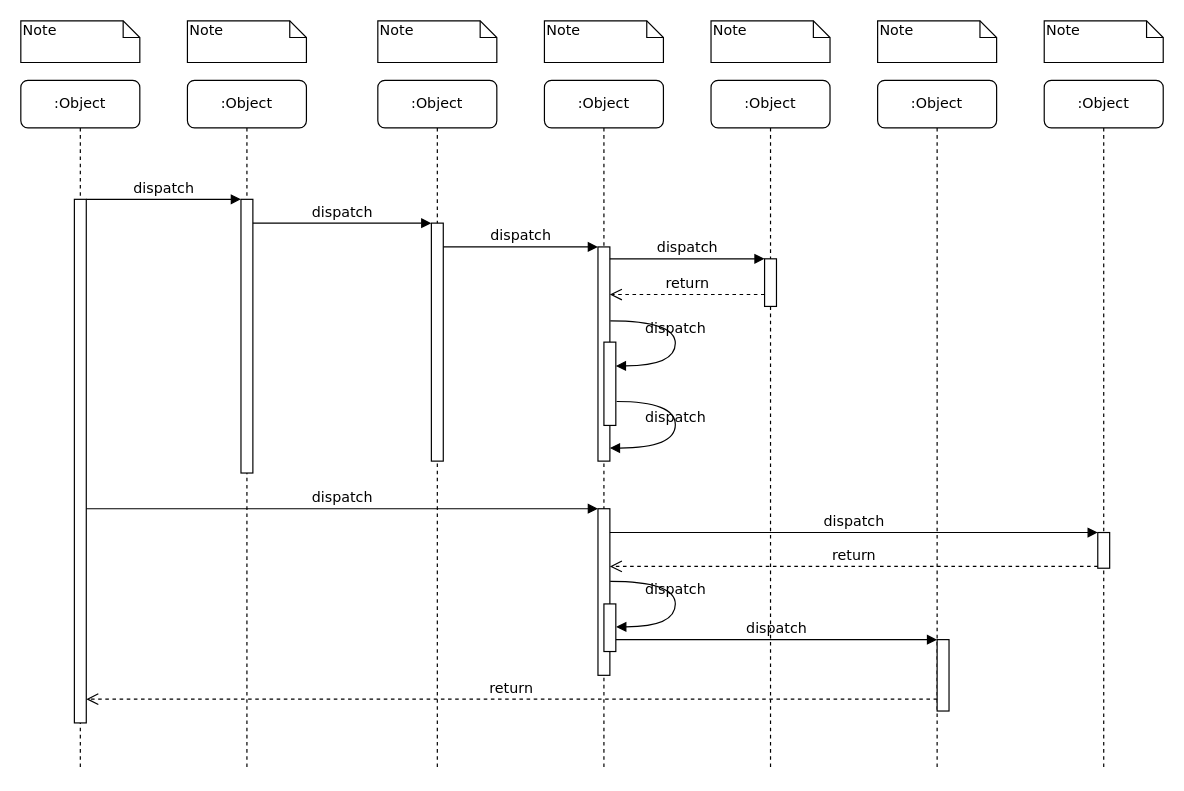
Above: 条码uml.drawio in linzlx/java (draw.io), before the change. Source tidied: cells renumbered, new cells numbered last; positions are measured from the earlier drawing's top-left corner, leaving out a move shared by most shapes. Both pictures are drawn from the tidied source at 119%, with x=0, y=0 at pixel (20, 20).
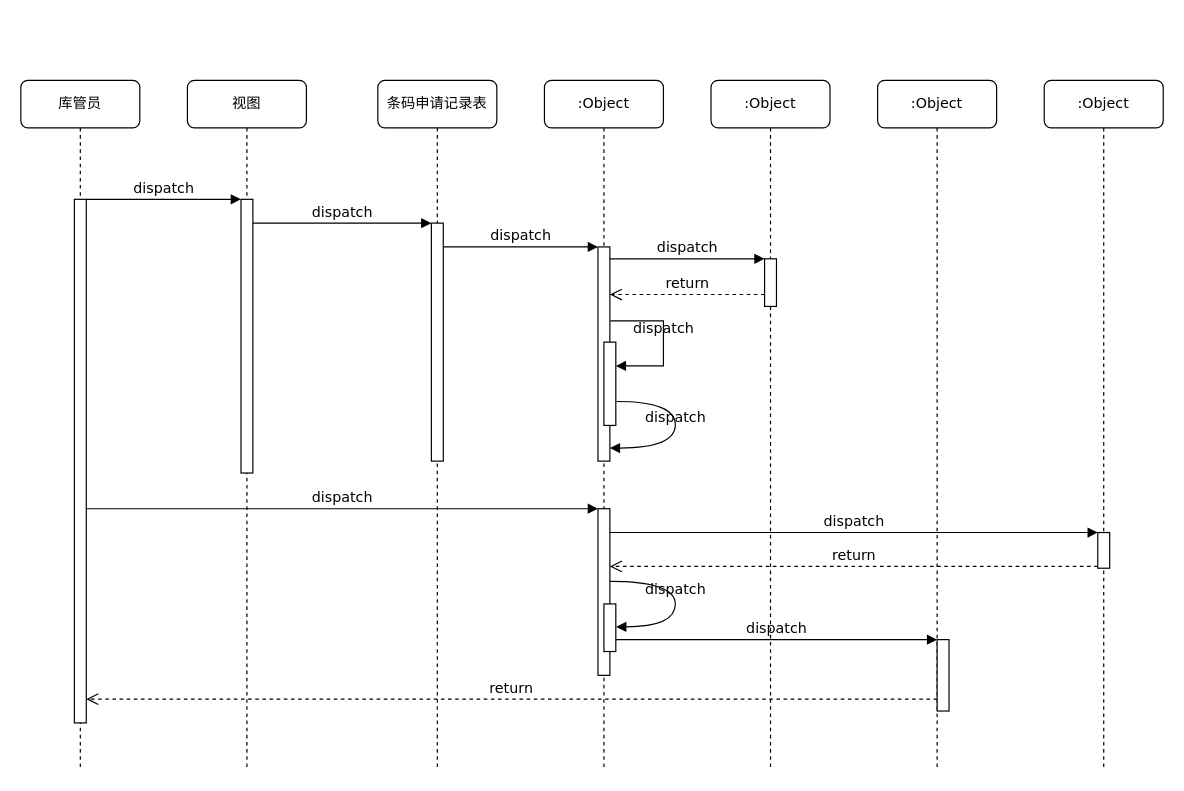
The same page after the edit.

Unchanged cells that the change refers to:
```xml
<mxCell id="12" style="html=1;points=[];perimeter=orthogonalPerimeter;rounded=0;shadow=0;comic=0;labelBackgroundColor=none;strokeWidth=1;fontFamily=Verdana;fontSize=12;align=center;" parent="1" vertex="1">
  <mxGeometry x="485" y="190" width="10" height="180" as="geometry" />
</mxCell>
<mxCell id="27" style="html=1;points=[];perimeter=orthogonalPerimeter;rounded=0;shadow=0;comic=0;labelBackgroundColor=none;strokeWidth=1;fontFamily=Verdana;fontSize=12;align=center;" parent="1" vertex="1">
  <mxGeometry x="490" y="270" width="10" height="70" as="geometry" />
</mxCell>
```

What changed in the source:
```diff
@@
-    <mxCell id="2" value=":Object" style="shape=umlLifeline;perimeter=lifelinePerimeter;whiteSpace=wrap;html=1;rounded=1;shadow=0;comic=0;labelBackgroundColor=none;strokeWidth=1;fontFamily=Verdana;fontSize=12;align=center;" parent="1" vertex="1">
+    <mxCell id="2" value="视图" style="shape=umlLifeline;perimeter=lifelinePerimeter;whiteSpace=wrap;html=1;rounded=1;shadow=0;comic=0;labelBackgroundColor=none;strokeWidth=1;fontFamily=Verdana;fontSize=12;align=center;" parent="1" vertex="1">
       <mxGeometry x="140" y="50" width="100" height="580" as="geometry" />
     </mxCell>
@@
-    <mxCell id="4" value=":Object" style="shape=umlLifeline;perimeter=lifelinePerimeter;whiteSpace=wrap;html=1;rounded=1;shadow=0;comic=0;labelBackgroundColor=none;strokeWidth=1;fontFamily=Verdana;fontSize=12;align=center;" parent="1" vertex="1">
+    <mxCell id="4" value="条码申请记录表" style="shape=umlLifeline;perimeter=lifelinePerimeter;whiteSpace=wrap;html=1;rounded=1;shadow=0;comic=0;labelBackgroundColor=none;strokeWidth=1;fontFamily=Verdana;fontSize=12;align=center;" parent="1" vertex="1">
       <mxGeometry x="300" y="50" width="100" height="580" as="geometry" />
     </mxCell>
@@
-    <mxCell id="10" value=":Object" style="shape=umlLifeline;perimeter=lifelinePerimeter;whiteSpace=wrap;html=1;rounded=1;shadow=0;comic=0;labelBackgroundColor=none;strokeWidth=1;fontFamily=Verdana;fontSize=12;align=center;" parent="1" vertex="1">
+    <mxCell id="10" value="库管员" style="shape=umlLifeline;perimeter=lifelinePerimeter;whiteSpace=wrap;html=1;rounded=1;shadow=0;comic=0;labelBackgroundColor=none;strokeWidth=1;fontFamily=Verdana;fontSize=12;align=center;" parent="1" vertex="1">
       <mxGeometry y="50" width="100" height="580" as="geometry" />
     </mxCell>
@@
-    <mxCell id="28" value="dispatch" style="html=1;verticalAlign=bottom;endArrow=block;labelBackgroundColor=none;fontFamily=Verdana;fontSize=12;elbow=vertical;edgeStyle=orthogonalEdgeStyle;curved=1;entryX=1;entryY=0.286;entryPerimeter=0;exitX=1.038;exitY=0.345;exitPerimeter=0;" parent="1" edge="1" source="12" target="27">
+    <mxCell id="28" value="dispatch" style="html=1;verticalAlign=bottom;endArrow=block;labelBackgroundColor=none;fontFamily=Verdana;fontSize=12;elbow=vertical;edgeStyle=orthogonalEdgeStyle;entryX=1;entryY=0.286;entryPerimeter=0;exitX=1.038;exitY=0.345;exitPerimeter=0;rounded=0;" parent="1" edge="1" source="12" target="27">
       <mxGeometry relative="1" as="geometry">
         <Array as="points">
-          <mxPoint x="550" y="252" />
-          <mxPoint x="550" y="290" />
+          <mxPoint x="540" y="252" />
+          <mxPoint x="540" y="290" />
         </Array>
       </mxGeometry>
     </mxCell>
@@
-    <mxCell id="32" value="Note" style="shape=note;whiteSpace=wrap;html=1;size=14;verticalAlign=top;align=left;spacingTop=-6;rounded=0;shadow=0;comic=0;labelBackgroundColor=none;strokeWidth=1;fontFamily=Verdana;fontSize=12;" parent="1" vertex="1">
-      <mxGeometry width="100" height="35" as="geometry" />
-    </mxCell>
-    <mxCell id="33" value="Note" style="shape=note;whiteSpace=wrap;html=1;size=14;verticalAlign=top;align=left;spacingTop=-6;rounded=0;shadow=0;comic=0;labelBackgroundColor=none;strokeWidth=1;fontFamily=Verdana;fontSize=12;" parent="1" vertex="1">
-      <mxGeometry x="140" width="100" height="35" as="geometry" />
-    </mxCell>
-    <mxCell id="34" value="Note" style="shape=note;whiteSpace=wrap;html=1;size=14;verticalAlign=top;align=left;spacingTop=-6;rounded=0;shadow=0;comic=0;labelBackgroundColor=none;strokeWidth=1;fontFamily=Verdana;fontSize=12;" parent="1" vertex="1">
-      <mxGeometry x="300" width="100" height="35" as="geometry" />
-    </mxCell>
-    <mxCell id="35" value="Note" style="shape=note;whiteSpace=wrap;html=1;size=14;verticalAlign=top;align=left;spacingTop=-6;rounded=0;shadow=0;comic=0;labelBackgroundColor=none;strokeWidth=1;fontFamily=Verdana;fontSize=12;" parent="1" vertex="1">
-      <mxGeometry x="440" width="100" height="35" as="geometry" />
-    </mxCell>
-    <mxCell id="36" value="Note" style="shape=note;whiteSpace=wrap;html=1;size=14;verticalAlign=top;align=left;spacingTop=-6;rounded=0;shadow=0;comic=0;labelBackgroundColor=none;strokeWidth=1;fontFamily=Verdana;fontSize=12;" parent="1" vertex="1">
-      <mxGeometry x="580" width="100" height="35" as="geometry" />
-    </mxCell>
-    <mxCell id="37" value="Note" style="shape=note;whiteSpace=wrap;html=1;size=14;verticalAlign=top;align=left;spacingTop=-6;rounded=0;shadow=0;comic=0;labelBackgroundColor=none;strokeWidth=1;fontFamily=Verdana;fontSize=12;" parent="1" vertex="1">
-      <mxGeometry x="720" width="100" height="35" as="geometry" />
-    </mxCell>
-    <mxCell id="38" value="Note" style="shape=note;whiteSpace=wrap;html=1;size=14;verticalAlign=top;align=left;spacingTop=-6;rounded=0;shadow=0;comic=0;labelBackgroundColor=none;strokeWidth=1;fontFamily=Verdana;fontSize=12;" parent="1" vertex="1">
-      <mxGeometry x="860" width="100" height="35" as="geometry" />
-    </mxCell>
```
